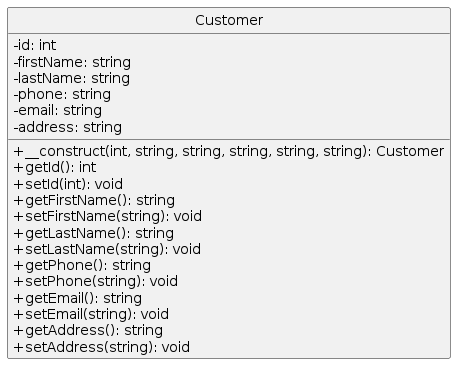
Before: Scrum3_Team_3/Provider_3/Diagrams/Customer.png, a diagram exported from PlantUML (luke-hamann/stc-cis-266-scrum-3).
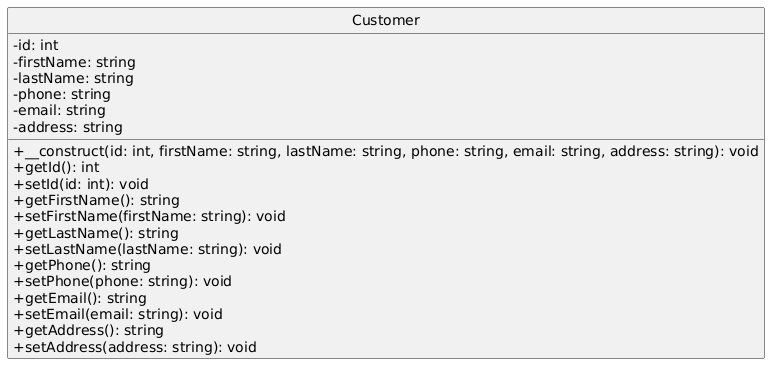
After the change.

What changed in the source:
```diff
@@ -9,18 +9,18 @@
     - phone: string
     - email: string
     - address: string
-    + __construct(int, string, string, string, string, string): Customer
+    + __construct(id: int, firstName: string, lastName: string, phone: string, email: string, address: string): void
     + getId(): int
-    + setId(int): void
+    + setId(id: int): void
     + getFirstName(): string
-    + setFirstName(string): void
+    + setFirstName(firstName: string): void
     + getLastName(): string
-    + setLastName(string): void
+    + setLastName(lastName: string): void
     + getPhone(): string
-    + setPhone(string): void
+    + setPhone(phone: string): void
     + getEmail(): string
-    + setEmail(string): void
+    + setEmail(email: string): void
     + getAddress(): string
-    + setAddress(string): void
+    + setAddress(address: string): void
 }
 @enduml
```
